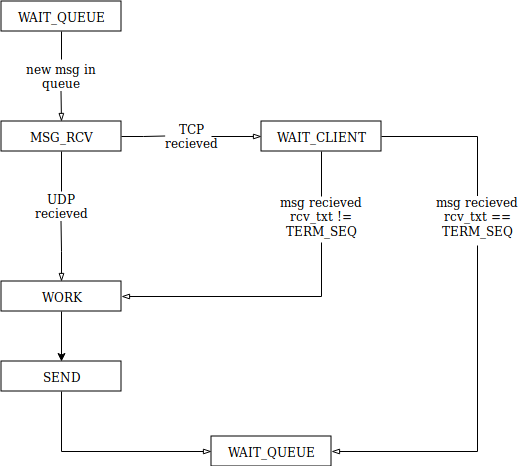
LieutenantRed/state-machine keeps this draw.io diagram as png/Statemachine.png. Above is the earlier version. Source tidied: cells renumbered, new cells last; positions are measured from the earlier drawing's top-left corner, leaving out a move shared by most shapes.
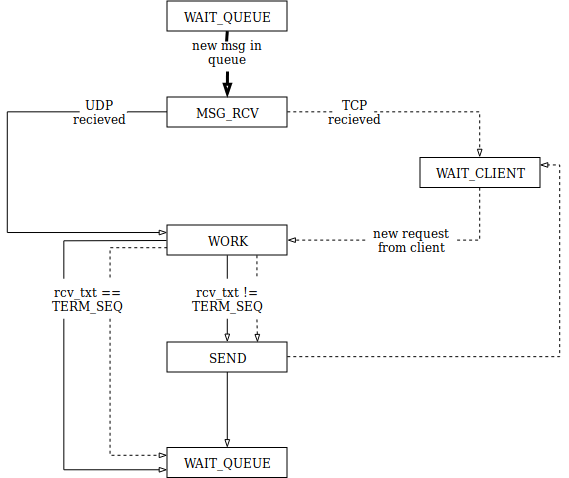
Later version of the same file.

Diff of the diagram source:
```diff
@@ -2,94 +2,110 @@
   <root>
     <mxCell id="0" />
     <mxCell id="1" parent="0" />
-    <mxCell id="2" style="edgeStyle=orthogonalEdgeStyle;rounded=0;jettySize=auto;html=1;exitX=0.5;exitY=1;exitDx=0;exitDy=0;strokeColor=#000000;endArrow=none;endFill=0;" parent="1" edge="1" source="3">
+    <mxCell id="2" style="edgeStyle=orthogonalEdgeStyle;rounded=0;jettySize=auto;html=1;exitX=0.5;exitY=1;exitDx=0;exitDy=0;strokeColor=#000000;endArrow=none;endFill=0;strokeWidth=3;" parent="1" edge="1" source="3">
       <mxGeometry relative="1" as="geometry">
-        <mxPoint x="59.5" y="59" as="targetPoint" />
+        <mxPoint x="282" y="17" as="targetPoint" />
       </mxGeometry>
     </mxCell>
     <mxCell id="3" value="WAIT_QUEUE" style="rounded=0;whiteSpace=wrap;html=1;" parent="1" vertex="1">
-      <mxGeometry x="-0.5" y="0.5" width="120" height="30" as="geometry" />
+      <mxGeometry x="222.5" y="-23.5" width="120" height="30" as="geometry" />
     </mxCell>
-    <mxCell id="4" style="edgeStyle=orthogonalEdgeStyle;rounded=0;jettySize=auto;html=1;exitX=0.5;exitY=1;exitDx=0;exitDy=0;endArrow=none;endFill=0;strokeColor=#000000;" parent="1" edge="1" source="6">
-      <mxGeometry relative="1" as="geometry">
-        <mxPoint x="59.5" y="190.5" as="targetPoint" />
-      </mxGeometry>
-    </mxCell>
-    <mxCell id="5" style="edgeStyle=orthogonalEdgeStyle;rounded=0;jettySize=auto;html=1;exitX=1;exitY=0.5;exitDx=0;exitDy=0;endArrow=none;endFill=0;strokeColor=#000000;" parent="1" edge="1" source="6">
-      <mxGeometry relative="1" as="geometry">
-        <mxPoint x="163.7" y="135.5" as="targetPoint" />
-      </mxGeometry>
-    </mxCell>
+    <mxCell id="25" style="edgeStyle=orthogonalEdgeStyle;rounded=0;jettySize=auto;html=1;exitX=0;exitY=0.5;exitDx=0;exitDy=0;endArrow=none;endFill=0;strokeWidth=1;" parent="1" edge="1" source="6">
+      <mxGeometry relative="1" as="geometry">
+        <mxPoint x="183" y="88" as="targetPoint" />
+      </mxGeometry>
+    </mxCell>
+    <mxCell id="26" style="edgeStyle=orthogonalEdgeStyle;rounded=0;jettySize=auto;html=1;exitX=1;exitY=0.5;exitDx=0;exitDy=0;entryX=0;entryY=0.5;entryDx=0;entryDy=0;endArrow=none;endFill=0;strokeWidth=1;dashed=1;" parent="1" edge="1" source="6" target="10">
+      <mxGeometry relative="1" as="geometry" />
+    </mxCell>
     <mxCell id="6" value="MSG_RCV" style="rounded=0;whiteSpace=wrap;html=1;" parent="1" vertex="1">
-      <mxGeometry x="-0.5" y="120.5" width="120" height="30" as="geometry" />
+      <mxGeometry x="222.5" y="72.5" width="120" height="30" as="geometry" />
     </mxCell>
-    <mxCell id="7" style="edgeStyle=orthogonalEdgeStyle;rounded=0;jettySize=auto;html=1;exitX=0.5;exitY=1;exitDx=0;exitDy=0;entryX=0.5;entryY=0;entryDx=0;entryDy=0;" parent="1" edge="1" source="8" target="12">
-      <mxGeometry relative="1" as="geometry" />
-    </mxCell>
+    <mxCell id="27" style="edgeStyle=orthogonalEdgeStyle;rounded=0;jettySize=auto;html=1;exitX=0.5;exitY=1;exitDx=0;exitDy=0;entryX=0.5;entryY=0;entryDx=0;entryDy=0;endArrow=none;endFill=0;strokeWidth=1;" parent="1" edge="1" source="8" target="21">
+      <mxGeometry relative="1" as="geometry" />
+    </mxCell>
+    <mxCell id="28" style="edgeStyle=orthogonalEdgeStyle;rounded=0;jettySize=auto;html=1;exitX=0.75;exitY=1;exitDx=0;exitDy=0;entryX=0.824;entryY=-0.042;entryDx=0;entryDy=0;entryPerimeter=0;dashed=1;endArrow=none;endFill=0;strokeWidth=1;" parent="1" edge="1" source="8" target="21">
+      <mxGeometry relative="1" as="geometry" />
+    </mxCell>
+    <mxCell id="29" style="edgeStyle=orthogonalEdgeStyle;rounded=0;jettySize=auto;html=1;entryX=0.25;entryY=0;entryDx=0;entryDy=0;startArrow=none;startFill=0;endArrow=none;endFill=0;strokeWidth=1;" parent="1" edge="1" target="38">
+      <mxGeometry relative="1" as="geometry">
+        <mxPoint x="222" y="216" as="sourcePoint" />
+      </mxGeometry>
+    </mxCell>
+    <mxCell id="30" style="edgeStyle=orthogonalEdgeStyle;rounded=0;jettySize=auto;html=1;exitX=0;exitY=0.75;exitDx=0;exitDy=0;entryX=0.75;entryY=0;entryDx=0;entryDy=0;dashed=1;startArrow=none;startFill=0;endArrow=none;endFill=0;strokeWidth=1;" parent="1" edge="1" source="8" target="38">
+      <mxGeometry relative="1" as="geometry" />
+    </mxCell>
     <mxCell id="8" value="WORK" style="rounded=0;whiteSpace=wrap;html=1;" parent="1" vertex="1">
-      <mxGeometry x="-0.5" y="280.5" width="120" height="30" as="geometry" />
+      <mxGeometry x="222.5" y="200.5" width="120" height="30" as="geometry" />
     </mxCell>
-    <mxCell id="9" style="edgeStyle=orthogonalEdgeStyle;rounded=0;jettySize=auto;html=1;exitX=1;exitY=0.5;exitDx=0;exitDy=0;entryX=0;entryY=0.5;entryDx=0;entryDy=0;endArrow=blockThin;endFill=0;strokeColor=#000000;" parent="1" edge="1" source="10" target="15">
+    <mxCell id="9" style="edgeStyle=orthogonalEdgeStyle;rounded=0;jettySize=auto;html=1;exitX=1;exitY=0.5;exitDx=0;exitDy=0;entryX=0.5;entryY=0;entryDx=0;entryDy=0;endArrow=blockThin;endFill=0;strokeWidth=1;dashed=1;" parent="1" edge="1" source="10" target="15">
       <mxGeometry relative="1" as="geometry" />
     </mxCell>
     <mxCell id="10" value="TCP recieved" style="text;html=1;strokeColor=none;fillColor=none;align=center;verticalAlign=middle;whiteSpace=wrap;rounded=0;" parent="1" vertex="1">
-      <mxGeometry x="169.5" y="125.5" width="40" height="20" as="geometry" />
+      <mxGeometry x="390" y="77.5" width="40" height="20" as="geometry" />
     </mxCell>
+    <mxCell id="31" style="edgeStyle=orthogonalEdgeStyle;rounded=0;jettySize=auto;html=1;entryX=0.824;entryY=1.017;entryDx=0;entryDy=0;entryPerimeter=0;dashed=1;endArrow=none;endFill=0;strokeWidth=1;startArrow=blockThin;startFill=0;" parent="1" edge="1" target="21">
+      <mxGeometry relative="1" as="geometry">
+        <mxPoint x="313" y="318" as="sourcePoint" />
+      </mxGeometry>
+    </mxCell>
-    <mxCell id="11" style="edgeStyle=orthogonalEdgeStyle;rounded=0;jettySize=auto;html=1;exitX=0.5;exitY=1;exitDx=0;exitDy=0;entryX=0;entryY=0.5;entryDx=0;entryDy=0;endArrow=blockThin;endFill=0;strokeColor=#000000;" parent="1" edge="1" source="12" target="24">
+    <mxCell id="11" style="edgeStyle=orthogonalEdgeStyle;rounded=0;jettySize=auto;html=1;exitX=0.5;exitY=1;exitDx=0;exitDy=0;entryX=0.5;entryY=0;entryDx=0;entryDy=0;startArrow=none;startFill=0;endArrow=blockThin;endFill=0;strokeWidth=1;" parent="1" edge="1" source="12" target="24">
       <mxGeometry relative="1" as="geometry" />
     </mxCell>
+    <mxCell id="32" style="edgeStyle=orthogonalEdgeStyle;rounded=0;jettySize=auto;html=1;exitX=1;exitY=0.5;exitDx=0;exitDy=0;entryX=1;entryY=0.25;entryDx=0;entryDy=0;dashed=1;startArrow=none;startFill=0;endArrow=blockThin;endFill=0;strokeWidth=1;" parent="1" edge="1" source="12" target="15">
+      <mxGeometry relative="1" as="geometry" />
+    </mxCell>
     <mxCell id="12" value="SEND" style="rounded=0;whiteSpace=wrap;html=1;" parent="1" vertex="1">
-      <mxGeometry x="-0.5" y="360.5" width="120" height="30" as="geometry" />
+      <mxGeometry x="222.5" y="317.5" width="120" height="30" as="geometry" />
     </mxCell>
-    <mxCell id="13" style="edgeStyle=orthogonalEdgeStyle;rounded=0;jettySize=auto;html=1;exitX=0.5;exitY=1;exitDx=0;exitDy=0;entryX=0.5;entryY=0;entryDx=0;entryDy=0;endArrow=none;endFill=0;strokeColor=#000000;" parent="1" edge="1" source="15" target="23">
+    <mxCell id="13" style="edgeStyle=orthogonalEdgeStyle;rounded=0;jettySize=auto;html=1;exitX=0.5;exitY=1;exitDx=0;exitDy=0;entryX=1;entryY=0.5;entryDx=0;entryDy=0;dashed=1;endArrow=none;endFill=0;strokeWidth=1;" parent="1" edge="1" source="15" target="23">
       <mxGeometry relative="1" as="geometry" />
     </mxCell>
-    <mxCell id="14" style="edgeStyle=orthogonalEdgeStyle;rounded=0;jettySize=auto;html=1;exitX=1;exitY=0.5;exitDx=0;exitDy=0;endArrow=none;endFill=0;strokeColor=#000000;" parent="1" edge="1" source="15" target="21">
-      <mxGeometry relative="1" as="geometry" />
-    </mxCell>
     <mxCell id="15" value="WAIT_CLIENT" style="rounded=0;whiteSpace=wrap;html=1;" parent="1" vertex="1">
-      <mxGeometry x="259.5" y="120.5" width="120" height="30" as="geometry" />
+      <mxGeometry x="475.5" y="133" width="120" height="30" as="geometry" />
     </mxCell>
-    <mxCell id="16" style="edgeStyle=orthogonalEdgeStyle;rounded=0;jettySize=auto;html=1;entryX=0.5;entryY=0;entryDx=0;entryDy=0;endArrow=blockThin;endFill=0;strokeColor=#000000;" parent="1" edge="1" target="6">
+    <mxCell id="16" style="edgeStyle=orthogonalEdgeStyle;rounded=0;jettySize=auto;html=1;entryX=0.5;entryY=0;entryDx=0;entryDy=0;endArrow=blockThin;endFill=0;strokeColor=#000000;strokeWidth=3;" parent="1" edge="1" target="6">
       <mxGeometry relative="1" as="geometry">
-        <mxPoint x="59.5" y="90.5" as="sourcePoint" />
+        <mxPoint x="283" y="47" as="sourcePoint" />
       </mxGeometry>
     </mxCell>
     <mxCell id="17" value="new msg in queue" style="text;html=1;strokeColor=none;fillColor=none;align=center;verticalAlign=middle;whiteSpace=wrap;rounded=0;" parent="1" vertex="1">
-      <mxGeometry x="19.5" y="65.5" width="80" height="20" as="geometry" />
+      <mxGeometry x="242.5" y="18" width="80" height="20" as="geometry" />
     </mxCell>
-    <mxCell id="18" style="edgeStyle=orthogonalEdgeStyle;rounded=0;jettySize=auto;html=1;entryX=0.5;entryY=0;entryDx=0;entryDy=0;endArrow=blockThin;endFill=0;strokeColor=#000000;" parent="1" edge="1" target="8">
-      <mxGeometry relative="1" as="geometry">
-        <mxPoint x="59.5" y="220.5" as="sourcePoint" />
-      </mxGeometry>
-    </mxCell>
+    <mxCell id="33" style="edgeStyle=orthogonalEdgeStyle;rounded=0;jettySize=auto;html=1;entryX=0;entryY=0.25;entryDx=0;entryDy=0;endArrow=blockThin;endFill=0;strokeWidth=1;exitX=0;exitY=0.5;exitDx=0;exitDy=0;" parent="1" edge="1" source="19" target="8">
+      <mxGeometry relative="1" as="geometry">
+        <Array as="points">
+          <mxPoint x="63" y="88" />
+          <mxPoint x="63" y="208" />
+        </Array>
+      </mxGeometry>
+    </mxCell>
     <mxCell id="19" value="UDP recieved" style="text;html=1;strokeColor=none;fillColor=none;align=center;verticalAlign=middle;whiteSpace=wrap;rounded=0;" parent="1" vertex="1">
-      <mxGeometry x="39.5" y="195.5" width="40" height="20" as="geometry" />
+      <mxGeometry x="135" y="77.5" width="40" height="20" as="geometry" />
     </mxCell>
-    <mxCell id="20" style="edgeStyle=orthogonalEdgeStyle;rounded=0;jettySize=auto;html=1;entryX=1;entryY=0.5;entryDx=0;entryDy=0;endArrow=blockThin;endFill=0;strokeColor=#000000;" parent="1" edge="1" target="24">
-      <mxGeometry relative="1" as="geometry">
-        <mxPoint x="475.5" y="244.5" as="sourcePoint" />
-        <Array as="points">
-          <mxPoint x="475.5" y="450.5" />
-        </Array>
-      </mxGeometry>
-    </mxCell>
+    <mxCell id="34" style="edgeStyle=orthogonalEdgeStyle;rounded=0;jettySize=auto;html=1;exitX=0.5;exitY=1;exitDx=0;exitDy=0;entryX=0.5;entryY=0;entryDx=0;entryDy=0;endArrow=blockThin;endFill=0;strokeWidth=1;" parent="1" edge="1" source="21" target="12">
+      <mxGeometry relative="1" as="geometry" />
+    </mxCell>
-    <mxCell id="21" value="&lt;div&gt;msg recieved&lt;br&gt;&lt;/div&gt;&lt;div&gt;rcv_txt == TERM_SEQ&lt;/div&gt;" style="text;html=1;strokeColor=none;fillColor=none;align=center;verticalAlign=middle;whiteSpace=wrap;rounded=0;" parent="1" vertex="1">
-      <mxGeometry x="430" y="195.5" width="92" height="40" as="geometry" />
+    <mxCell id="21" value="&lt;div&gt;rcv_txt != TERM_SEQ&lt;/div&gt;" style="text;html=1;strokeColor=none;fillColor=none;align=center;verticalAlign=middle;whiteSpace=wrap;rounded=0;" parent="1" vertex="1">
+      <mxGeometry x="236.5" y="254" width="92" height="40" as="geometry" />
     </mxCell>
-    <mxCell id="22" style="edgeStyle=orthogonalEdgeStyle;rounded=0;jettySize=auto;html=1;entryX=1;entryY=0.5;entryDx=0;entryDy=0;endArrow=blockThin;endFill=0;strokeColor=#000000;" parent="1" edge="1" target="8">
-      <mxGeometry relative="1" as="geometry">
-        <mxPoint x="319.5" y="241.5" as="sourcePoint" />
-        <Array as="points">
-          <mxPoint x="319.5" y="295.5" />
-        </Array>
-      </mxGeometry>
-    </mxCell>
+    <mxCell id="35" style="edgeStyle=orthogonalEdgeStyle;rounded=0;jettySize=auto;html=1;exitX=0;exitY=0.5;exitDx=0;exitDy=0;entryX=1;entryY=0.5;entryDx=0;entryDy=0;dashed=1;endArrow=blockThin;endFill=0;strokeWidth=1;" parent="1" edge="1" source="23" target="8">
+      <mxGeometry relative="1" as="geometry" />
+    </mxCell>
-    <mxCell id="23" value="&lt;div&gt;msg recieved&lt;br&gt;&lt;/div&gt;&lt;div&gt;rcv_txt != TERM_SEQ&lt;/div&gt;" style="text;html=1;strokeColor=none;fillColor=none;align=center;verticalAlign=middle;whiteSpace=wrap;rounded=0;" parent="1" vertex="1">
-      <mxGeometry x="273.5" y="195.5" width="92" height="40" as="geometry" />
+    <mxCell id="23" value="new request from client" style="text;html=1;strokeColor=none;fillColor=none;align=center;verticalAlign=middle;whiteSpace=wrap;rounded=0;" parent="1" vertex="1">
+      <mxGeometry x="420.5" y="195.5" width="92" height="40" as="geometry" />
     </mxCell>
     <mxCell id="24" value="WAIT_QUEUE" style="rounded=0;whiteSpace=wrap;html=1;" parent="1" vertex="1">
-      <mxGeometry x="209.5" y="435.5" width="120" height="30" as="geometry" />
+      <mxGeometry x="222.5" y="423" width="120" height="30" as="geometry" />
     </mxCell>
+    <mxCell id="36" style="edgeStyle=orthogonalEdgeStyle;rounded=0;jettySize=auto;html=1;exitX=0.25;exitY=1;exitDx=0;exitDy=0;entryX=0;entryY=0.75;entryDx=0;entryDy=0;startArrow=none;startFill=0;endArrow=blockThin;endFill=0;strokeWidth=1;" parent="1" edge="1" source="38" target="24">
+      <mxGeometry relative="1" as="geometry" />
+    </mxCell>
+    <mxCell id="37" style="edgeStyle=orthogonalEdgeStyle;rounded=0;jettySize=auto;html=1;exitX=0.75;exitY=1;exitDx=0;exitDy=0;entryX=0;entryY=0.25;entryDx=0;entryDy=0;dashed=1;startArrow=none;startFill=0;endArrow=blockThin;endFill=0;strokeWidth=1;" parent="1" edge="1" source="38" target="24">
+      <mxGeometry relative="1" as="geometry" />
+    </mxCell>
+    <mxCell id="38" value="&lt;div&gt;rcv_txt == TERM_SEQ&lt;/div&gt;" style="text;html=1;strokeColor=none;fillColor=none;align=center;verticalAlign=middle;whiteSpace=wrap;rounded=0;" parent="1" vertex="1">
+      <mxGeometry x="96.5" y="254" width="92" height="40" as="geometry" />
+    </mxCell>
   </root>
 </mxGraphModel>
```
